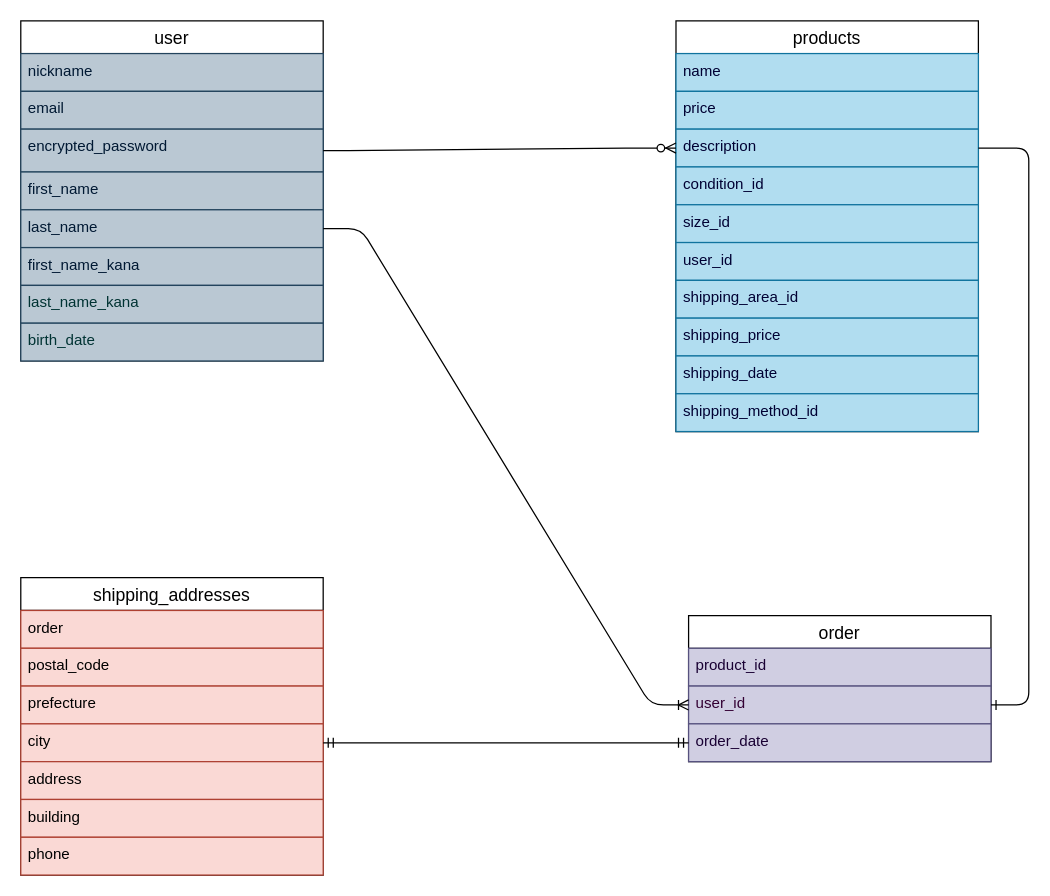
The draw.io diagram test.dio in shio-san3/furima-41266, before the edit. Source tidied: cells renumbered, new cells numbered last; positions are measured from the earlier drawing's top-left corner, leaving out a move shared by most shapes. Both pictures are drawn from the tidied source at 126%, with x=0, y=0 at pixel (20, 20).
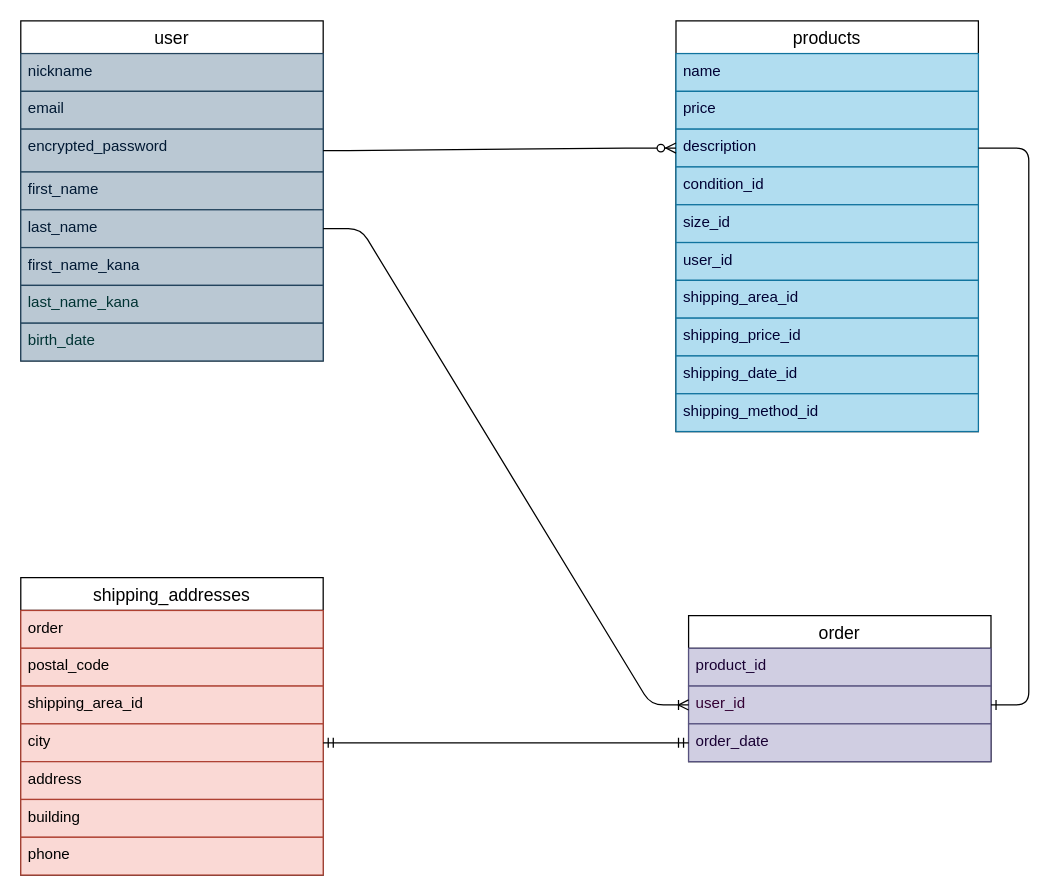
The same diagram, later.

Commit message (it also covers changes not shown here):
再考（四回目）

The change refers to these unchanged cells:
```xml
<mxCell id="11" value="products" style="swimlane;fontStyle=0;horizontal=1;startSize=26;align=center;fontSize=14;" parent="1" vertex="1">
  <mxGeometry x="520" width="240" height="326" as="geometry" />
</mxCell>
<mxCell id="28" value="shipping_addresses" style="swimlane;fontStyle=0;horizontal=1;startSize=26;align=center;fontSize=14;" parent="1" vertex="1">
  <mxGeometry y="442" width="240" height="236" as="geometry" />
</mxCell>
```

Change to the diagram source:
```diff
@@
-    <mxCell id="19" value="shipping_price" style="text;strokeColor=#10739e;fillColor=#b1ddf0;spacingLeft=4;spacingRight=4;overflow=hidden;fontSize=12;fontColor=#000033;" parent="11" vertex="1">
+    <mxCell id="19" value="shipping_price_id" style="text;strokeColor=#10739e;fillColor=#b1ddf0;spacingLeft=4;spacingRight=4;overflow=hidden;fontSize=12;fontColor=#000033;" parent="11" vertex="1">
       <mxGeometry y="236" width="240" height="30" as="geometry" />
     </mxCell>
-    <mxCell id="20" value="shipping_date" style="text;strokeColor=#10739e;fillColor=#b1ddf0;spacingLeft=4;spacingRight=4;overflow=hidden;fontSize=12;fontColor=#000033;" parent="11" vertex="1">
+    <mxCell id="20" value="shipping_date_id" style="text;strokeColor=#10739e;fillColor=#b1ddf0;spacingLeft=4;spacingRight=4;overflow=hidden;fontSize=12;fontColor=#000033;" parent="11" vertex="1">
       <mxGeometry y="266" width="240" height="30" as="geometry" />
     </mxCell>
@@
-    <mxCell id="31" value="prefecture" style="text;strokeColor=#ae4132;fillColor=#fad9d5;spacingLeft=4;spacingRight=4;overflow=hidden;fontSize=12;fontColor=#000000;" parent="28" vertex="1">
+    <mxCell id="31" value="shipping_area_id" style="text;strokeColor=#ae4132;fillColor=#fad9d5;spacingLeft=4;spacingRight=4;overflow=hidden;fontSize=12;fontColor=#000000;" parent="28" vertex="1">
       <mxGeometry y="86" width="240" height="30" as="geometry" />
     </mxCell>
```
